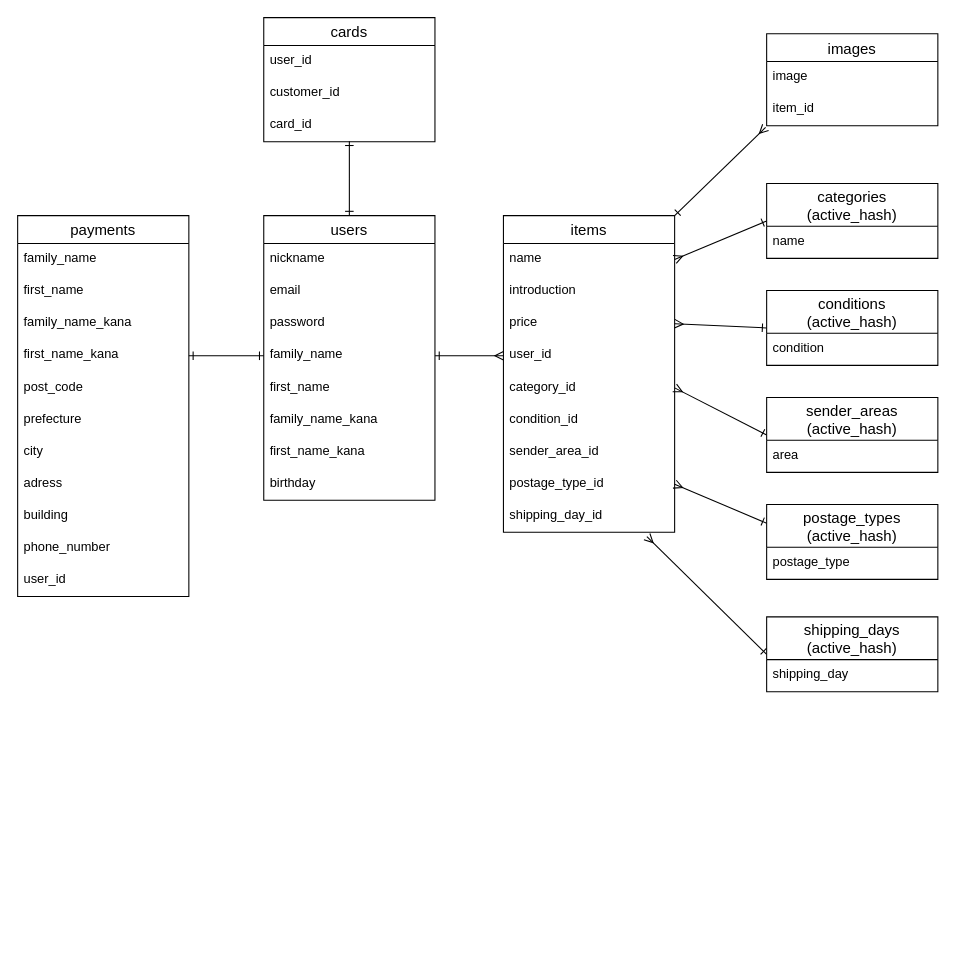
NatsumiYonemichi/furima-38886 keeps this draw.io diagram as ER.dio. Above is the earlier version. Source tidied: cells renumbered, new cells numbered last; positions are measured from the earlier drawing's top-left corner, leaving out a move shared by most shapes. Both pictures are drawn from the tidied source at 107%, with x=0, y=0 at pixel (17, 17).
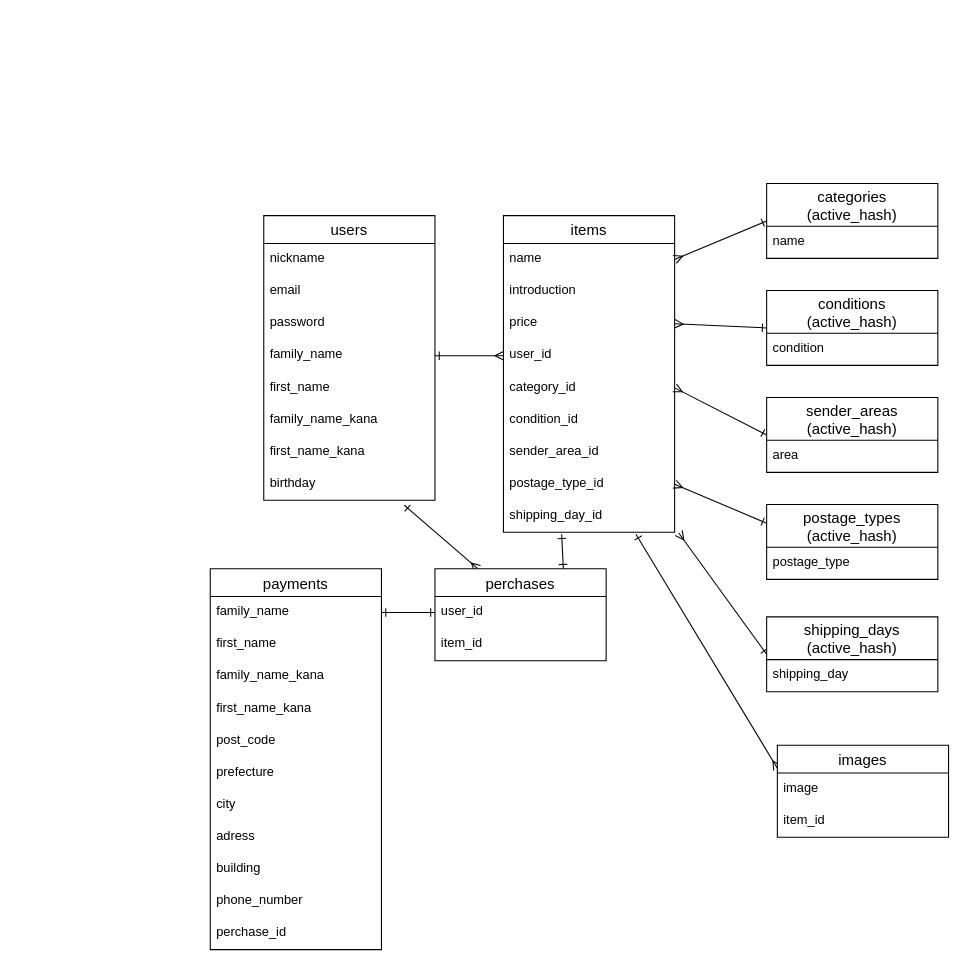
The same diagram, later.

The change refers to these unchanged cells:
```xml
<mxCell id="3" value="users" style="swimlane;fontStyle=0;horizontal=1;startSize=26;align=center;fontSize=14;" parent="1" vertex="1">
  <mxGeometry x="230" y="185" width="160" height="266" as="geometry" />
</mxCell>
<mxCell id="7" value="family_name" style="text;strokeColor=none;fillColor=none;spacingLeft=4;spacingRight=4;overflow=hidden;points=[[0,0.5],[1,0.5]];portConstraint=eastwest;fontSize=12;" parent="3" vertex="1">
  <mxGeometry y="116" width="160" height="30" as="geometry" />
</mxCell>
<mxCell id="11" value="birthday" style="text;strokeColor=none;fillColor=none;spacingLeft=4;spacingRight=4;overflow=hidden;points=[[0,0.5],[1,0.5]];portConstraint=eastwest;fontSize=12;" parent="3" vertex="1">
  <mxGeometry y="236" width="160" height="30" as="geometry" />
</mxCell>
<mxCell id="13" value="user_id" style="text;strokeColor=none;fillColor=none;spacingLeft=4;spacingRight=4;overflow=hidden;points=[[0,0.5],[1,0.5]];portConstraint=eastwest;fontSize=12;" parent="12" vertex="1">
  <mxGeometry y="26" width="160" height="30" as="geometry" />
</mxCell>
<mxCell id="17" value="items" style="swimlane;fontStyle=0;horizontal=1;startSize=26;align=center;fontSize=14;" parent="1" vertex="1">
  <mxGeometry x="454" y="185" width="160" height="296" as="geometry" />
</mxCell>
<mxCell id="26" value="shipping_day_id" style="text;strokeColor=none;fillColor=none;spacingLeft=4;spacingRight=4;overflow=hidden;points=[[0,0.5],[1,0.5]];portConstraint=eastwest;fontSize=12;" parent="17" vertex="1">
  <mxGeometry y="266" width="160" height="30" as="geometry" />
</mxCell>
<mxCell id="29" value="item_id" style="text;strokeColor=none;fillColor=none;spacingLeft=4;spacingRight=4;overflow=hidden;points=[[0,0.5],[1,0.5]];portConstraint=eastwest;fontSize=12;" parent="27" vertex="1">
  <mxGeometry y="56" width="160" height="30" as="geometry" />
</mxCell>
<mxCell id="34" value="family_name" style="text;strokeColor=none;fillColor=none;spacingLeft=4;spacingRight=4;overflow=hidden;points=[[0,0.5],[1,0.5]];portConstraint=eastwest;fontSize=12;" parent="33" vertex="1">
  <mxGeometry y="26" width="160" height="30" as="geometry" />
</mxCell>
<mxCell id="37" value="first_name_kana" style="text;strokeColor=none;fillColor=none;spacingLeft=4;spacingRight=4;overflow=hidden;points=[[0,0.5],[1,0.5]];portConstraint=eastwest;fontSize=12;" parent="33" vertex="1">
  <mxGeometry y="116" width="160" height="30" as="geometry" />
</mxCell>
<mxCell id="57" value="shipping_days&#10;(active_hash)" style="swimlane;fontStyle=0;horizontal=1;startSize=40;align=center;fontSize=14;" parent="1" vertex="1">
  <mxGeometry x="700" y="560" width="160" height="70" as="geometry" />
</mxCell>
```

Diff of the diagram source:
```diff
@@
-    <mxCell id="2" style="edgeStyle=none;html=1;exitX=0.5;exitY=0;exitDx=0;exitDy=0;entryX=0.5;entryY=0.983;entryDx=0;entryDy=0;entryPerimeter=0;startArrow=ERone;startFill=0;endArrow=ERone;endFill=0;strokeColor=default;" parent="1" edge="1" source="3" target="15">
-      <mxGeometry relative="1" as="geometry">
-        <Array as="points">
-          <mxPoint x="310" y="115" />
-          <mxPoint x="310" y="155" />
-        </Array>
-      </mxGeometry>
-    </mxCell>
@@
+    <mxCell id="59" style="edgeStyle=none;html=1;exitX=0.75;exitY=0;exitDx=0;exitDy=0;startArrow=ERone;startFill=0;endArrow=ERone;endFill=0;entryX=0.34;entryY=1.059;entryDx=0;entryDy=0;entryPerimeter=0;" parent="1" edge="1" source="12" target="26">
+      <mxGeometry relative="1" as="geometry" />
+    </mxCell>
+    <mxCell id="60" style="edgeStyle=none;html=1;exitX=0.25;exitY=0;exitDx=0;exitDy=0;entryX=0.821;entryY=1.157;entryDx=0;entryDy=0;entryPerimeter=0;startArrow=ERmany;startFill=0;endArrow=ERone;endFill=0;" parent="1" edge="1" source="12" target="11">
+      <mxGeometry relative="1" as="geometry" />
+    </mxCell>
-    <mxCell id="12" value="cards" style="swimlane;fontStyle=0;horizontal=1;startSize=26;align=center;fontSize=14;" parent="1" vertex="1">
-      <mxGeometry x="230" width="160" height="116" as="geometry" />
+    <mxCell id="12" value="perchases" style="swimlane;fontStyle=0;horizontal=1;startSize=26;align=center;fontSize=14;" parent="1" vertex="1">
+      <mxGeometry x="390" y="515" width="160" height="86" as="geometry" />
     </mxCell>
@@
-    <mxCell id="14" value="customer_id" style="text;strokeColor=none;fillColor=none;spacingLeft=4;spacingRight=4;overflow=hidden;fontSize=12;" parent="12" vertex="1">
+    <mxCell id="14" value="item_id" style="text;strokeColor=none;fillColor=none;spacingLeft=4;spacingRight=4;overflow=hidden;fontSize=12;" parent="12" vertex="1">
       <mxGeometry y="56" width="160" height="30" as="geometry" />
     </mxCell>
-    <mxCell id="15" value="card_id" style="text;strokeColor=none;fillColor=none;spacingLeft=4;spacingRight=4;overflow=hidden;points=[[0,0.5],[1,0.5]];portConstraint=eastwest;fontSize=12;" parent="12" vertex="1">
-      <mxGeometry y="86" width="160" height="30" as="geometry" />
-    </mxCell>
-    <mxCell id="16" style="edgeStyle=none;html=1;exitX=1;exitY=0;exitDx=0;exitDy=0;entryX=-0.006;entryY=1.05;entryDx=0;entryDy=0;entryPerimeter=0;strokeColor=default;startArrow=ERone;startFill=0;endArrow=ERmany;endFill=0;" parent="1" edge="1" source="17" target="29">
-      <mxGeometry relative="1" as="geometry" />
-    </mxCell>
@@
+    <mxCell id="61" style="edgeStyle=none;html=1;exitX=0;exitY=0.25;exitDx=0;exitDy=0;startArrow=ERmany;startFill=0;endArrow=ERone;endFill=0;entryX=0.774;entryY=1.059;entryDx=0;entryDy=0;entryPerimeter=0;" parent="1" edge="1" source="27" target="26">
+      <mxGeometry relative="1" as="geometry" />
+    </mxCell>
     <mxCell id="27" value="images" style="swimlane;fontStyle=0;horizontal=1;startSize=26;align=center;fontSize=14;" parent="1" vertex="1">
-      <mxGeometry x="700" y="15" width="160" height="86" as="geometry" />
+      <mxGeometry x="710" y="680" width="160" height="86" as="geometry" />
     </mxCell>
@@
     <mxCell id="33" value="payments" style="swimlane;fontStyle=0;horizontal=1;startSize=26;align=center;fontSize=14;" parent="1" vertex="1">
-      <mxGeometry y="185" width="160" height="356" as="geometry" />
+      <mxGeometry x="180" y="515" width="160" height="356" as="geometry" />
     </mxCell>
@@
-    <mxCell id="44" value="user_id" style="text;strokeColor=none;fillColor=none;spacingLeft=4;spacingRight=4;overflow=hidden;fontSize=12;" parent="33" vertex="1">
-      <mxGeometry y="326" width="160" height="30" as="geometry" />
-    </mxCell>
-    <mxCell id="45" style="edgeStyle=none;html=1;exitX=1;exitY=0.5;exitDx=0;exitDy=0;entryX=0;entryY=0.5;entryDx=0;entryDy=0;strokeColor=default;startArrow=ERone;startFill=0;endArrow=ERone;endFill=0;" parent="1" edge="1" source="37" target="7">
-      <mxGeometry relative="1" as="geometry" />
-    </mxCell>
+    <mxCell id="62" value="perchase_id" style="text;strokeColor=none;fillColor=none;spacingLeft=4;spacingRight=4;overflow=hidden;fontSize=12;" parent="33" vertex="1">
+      <mxGeometry y="326" width="160" height="30" as="geometry" />
+    </mxCell>
@@
-    <mxCell id="56" style="edgeStyle=none;html=1;exitX=0;exitY=0.5;exitDx=0;exitDy=0;strokeColor=default;startArrow=ERone;startFill=0;endArrow=ERmany;endFill=0;entryX=0.838;entryY=1.133;entryDx=0;entryDy=0;entryPerimeter=0;" parent="1" edge="1" source="57" target="26">
+    <mxCell id="56" style="edgeStyle=none;html=1;exitX=0;exitY=0.5;exitDx=0;exitDy=0;strokeColor=default;startArrow=ERone;startFill=0;endArrow=ERmany;endFill=0;entryX=1.024;entryY=1.02;entryDx=0;entryDy=0;entryPerimeter=0;" parent="1" edge="1" source="57" target="26">
       <mxGeometry relative="1" as="geometry" />
     </mxCell>
@@
+    <mxCell id="63" style="edgeStyle=none;html=1;exitX=0;exitY=0.5;exitDx=0;exitDy=0;entryX=1;entryY=0.5;entryDx=0;entryDy=0;startArrow=ERone;startFill=0;endArrow=ERone;endFill=0;" parent="1" edge="1" source="13" target="34">
+      <mxGeometry relative="1" as="geometry" />
+    </mxCell>
```
